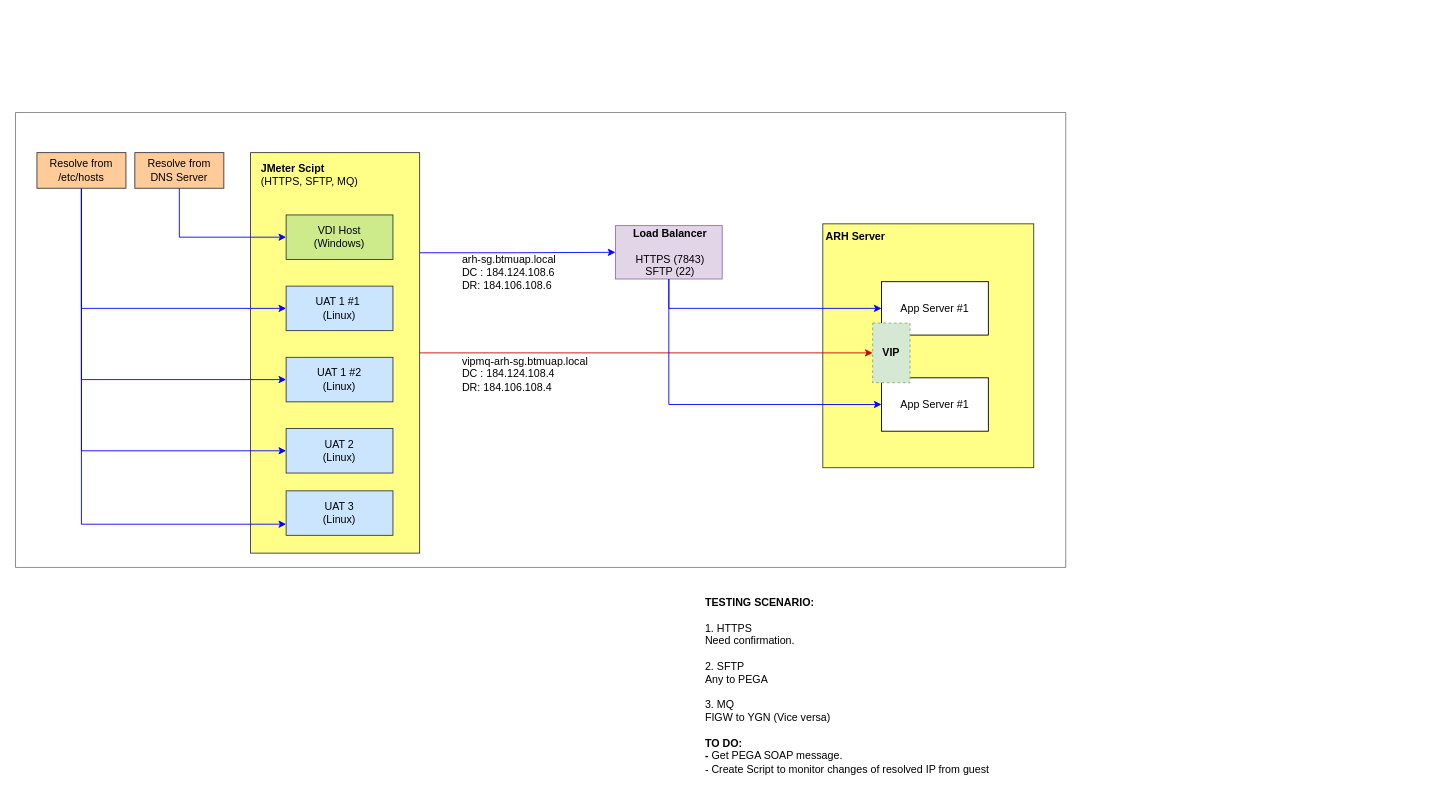
Before: Resiliance Test.drawio in m-arson/anko, a draw.io diagram. Source tidied: cells renumbered, new cells numbered last; positions are measured from the earlier drawing's top-left corner, leaving out a move shared by most shapes. Both pictures are drawn from the tidied source at 89%, with x=0, y=0 at pixel (15, 112).
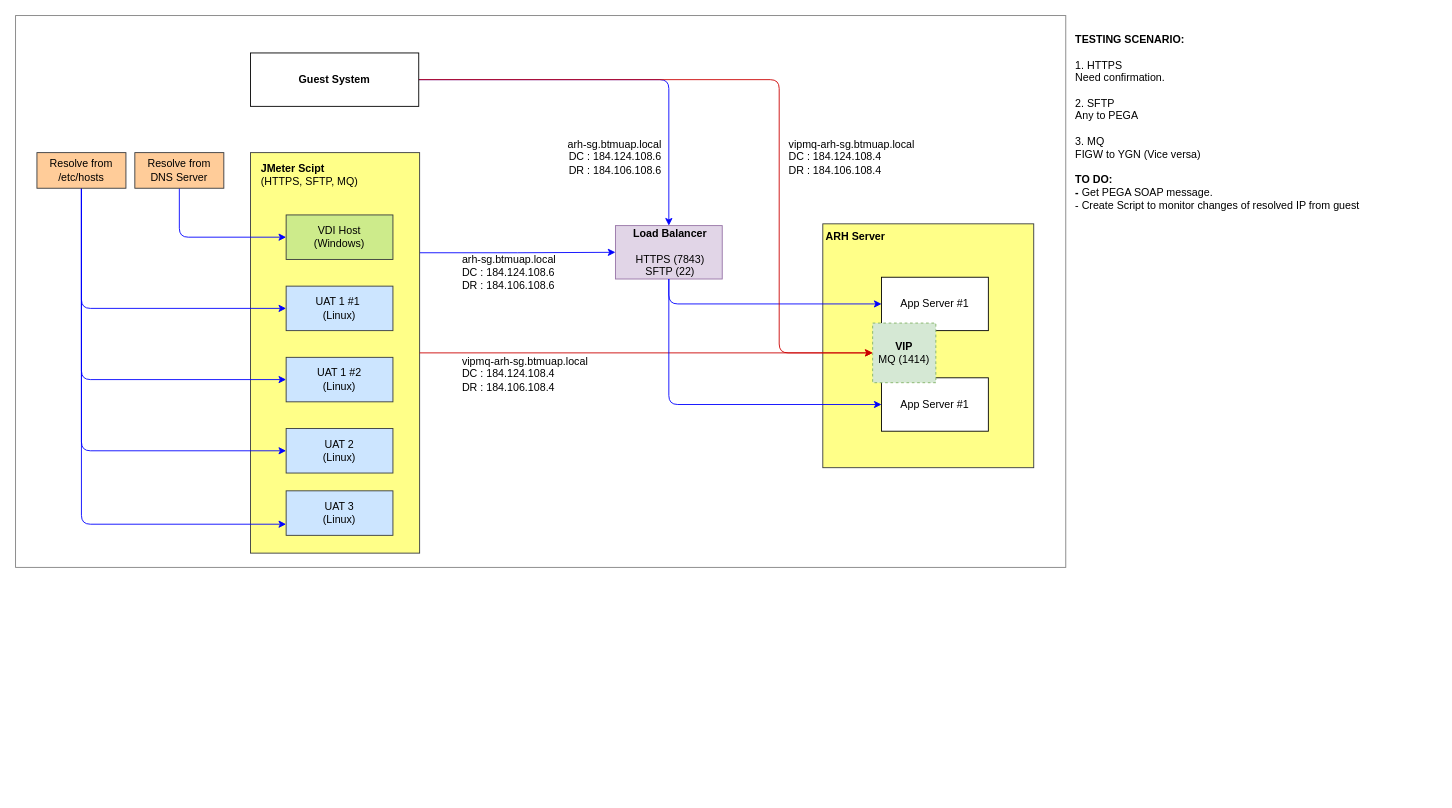
Above is the later version.

The change refers to these unchanged cells:
```xml
<mxCell id="5" value="VDI Host&lt;div&gt;(Windows&lt;span style=&quot;background-color: transparent; color: light-dark(rgb(0, 0, 0), rgb(255, 255, 255));&quot;&gt;)&lt;/span&gt;&lt;/div&gt;" style="rounded=0;whiteSpace=wrap;html=1;fillColor=#cdeb8b;strokeColor=#36393d;" parent="1" vertex="1">
  <mxGeometry x="304" y="115" width="120" height="50" as="geometry" />
</mxCell>
<mxCell id="6" value="UAT 1 #1&amp;nbsp;&lt;div&gt;(&lt;span style=&quot;background-color: transparent; color: light-dark(rgb(0, 0, 0), rgb(255, 255, 255));&quot;&gt;Linux)&lt;/span&gt;&lt;/div&gt;" style="rounded=0;whiteSpace=wrap;html=1;fillColor=#cce5ff;strokeColor=#36393d;" parent="1" vertex="1">
  <mxGeometry x="304" y="195" width="120" height="50" as="geometry" />
</mxCell>
<mxCell id="7" value="UAT 1 #2&lt;div&gt;(Linux)&lt;/div&gt;" style="rounded=0;whiteSpace=wrap;html=1;fillColor=#cce5ff;strokeColor=#36393d;" parent="1" vertex="1">
  <mxGeometry x="304" y="275" width="120" height="50" as="geometry" />
</mxCell>
<mxCell id="8" value="UAT 2&lt;div&gt;(Linux)&lt;/div&gt;" style="rounded=0;whiteSpace=wrap;html=1;fillColor=#cce5ff;strokeColor=#36393d;" parent="1" vertex="1">
  <mxGeometry x="304" y="355" width="120" height="50" as="geometry" />
</mxCell>
<mxCell id="9" value="UAT 3&lt;div&gt;(Linux)&lt;/div&gt;" style="rounded=0;whiteSpace=wrap;html=1;fillColor=#cce5ff;strokeColor=#36393d;" parent="1" vertex="1">
  <mxGeometry x="304" y="425" width="120" height="50" as="geometry" />
</mxCell>
<mxCell id="12" value="&lt;div&gt;Resolve from&lt;/div&gt;DNS Server" style="rounded=0;whiteSpace=wrap;html=1;fillColor=#ffcc99;strokeColor=#36393d;" parent="1" vertex="1">
  <mxGeometry x="134" y="45" width="100" height="40" as="geometry" />
</mxCell>
<mxCell id="17" value="Resolve from /etc/hosts" style="rounded=0;whiteSpace=wrap;html=1;fillColor=#ffcc99;strokeColor=#36393d;" parent="1" vertex="1">
  <mxGeometry x="24" y="45" width="100" height="40" as="geometry" />
</mxCell>
<mxCell id="18" value="&lt;b&gt;&amp;nbsp;Load Balancer&lt;/b&gt;&lt;div&gt;&lt;b&gt;&lt;br&gt;&lt;/b&gt;&lt;div&gt;&lt;div&gt;&amp;nbsp;HTTPS (7843)&lt;/div&gt;&lt;div&gt;&amp;nbsp;SFTP (22&lt;span style=&quot;background-color: transparent; color: light-dark(rgb(0, 0, 0), rgb(255, 255, 255));&quot;&gt;)&lt;/span&gt;&lt;/div&gt;&lt;/div&gt;&lt;/div&gt;" style="rounded=0;whiteSpace=wrap;html=1;align=center;fillColor=#e1d5e7;strokeColor=#9673a6;" parent="1" vertex="1">
  <mxGeometry x="674" y="127" width="120" height="60" as="geometry" />
</mxCell>
<mxCell id="22" value="App Server #1" style="rounded=0;whiteSpace=wrap;html=1;" parent="1" vertex="1">
  <mxGeometry x="973" y="298" width="120" height="60" as="geometry" />
</mxCell>
```

Change to the diagram source:
```diff
@@
     <mxCell id="2" style="rounded=0;whiteSpace=wrap;html=1;strokeColor=#808080;" parent="1" vertex="1">
-      <mxGeometry width="1180" height="511" as="geometry" />
+      <mxGeometry y="-109" width="1180" height="620" as="geometry" />
     </mxCell>
@@
-    <mxCell id="11" style="edgeStyle=orthogonalEdgeStyle;rounded=0;jettySize=auto;html=1;entryX=0;entryY=0.5;entryDx=0;entryDy=0;exitX=0.5;exitY=1;exitDx=0;exitDy=0;strokeColor=#0000FF;" parent="1" edge="1" source="12" target="5">
+    <mxCell id="11" style="edgeStyle=orthogonalEdgeStyle;rounded=1;jettySize=auto;html=1;entryX=0;entryY=0.5;entryDx=0;entryDy=0;exitX=0.5;exitY=1;exitDx=0;exitDy=0;strokeColor=#0000FF;curved=0;" parent="1" edge="1" source="12" target="5">
       <mxGeometry relative="1" as="geometry" />
     </mxCell>
@@
-    <mxCell id="13" style="edgeStyle=orthogonalEdgeStyle;rounded=0;jettySize=auto;html=1;exitX=0.5;exitY=1;exitDx=0;exitDy=0;entryX=0;entryY=0.75;entryDx=0;entryDy=0;strokeColor=#0000FF;" parent="1" edge="1" source="17" target="9">
+    <mxCell id="13" style="edgeStyle=orthogonalEdgeStyle;rounded=1;jettySize=auto;html=1;exitX=0.5;exitY=1;exitDx=0;exitDy=0;entryX=0;entryY=0.75;entryDx=0;entryDy=0;strokeColor=#0000FF;curved=0;" parent="1" edge="1" source="17" target="9">
       <mxGeometry relative="1" as="geometry" />
     </mxCell>
-    <mxCell id="14" style="edgeStyle=orthogonalEdgeStyle;rounded=0;jettySize=auto;html=1;exitX=0.5;exitY=1;exitDx=0;exitDy=0;entryX=0;entryY=0.5;entryDx=0;entryDy=0;strokeColor=#0000FF;" parent="1" edge="1" source="17" target="6">
+    <mxCell id="14" style="edgeStyle=orthogonalEdgeStyle;rounded=1;jettySize=auto;html=1;exitX=0.5;exitY=1;exitDx=0;exitDy=0;entryX=0;entryY=0.5;entryDx=0;entryDy=0;strokeColor=#0000FF;curved=0;" parent="1" edge="1" source="17" target="6">
       <mxGeometry relative="1" as="geometry" />
     </mxCell>
-    <mxCell id="15" style="edgeStyle=orthogonalEdgeStyle;rounded=0;jettySize=auto;html=1;exitX=0.5;exitY=1;exitDx=0;exitDy=0;entryX=0;entryY=0.5;entryDx=0;entryDy=0;strokeColor=#0000FF;" parent="1" edge="1" source="17" target="7">
+    <mxCell id="15" style="edgeStyle=orthogonalEdgeStyle;rounded=1;jettySize=auto;html=1;exitX=0.5;exitY=1;exitDx=0;exitDy=0;entryX=0;entryY=0.5;entryDx=0;entryDy=0;strokeColor=#0000FF;curved=0;" parent="1" edge="1" source="17" target="7">
       <mxGeometry relative="1" as="geometry" />
     </mxCell>
-    <mxCell id="16" style="edgeStyle=orthogonalEdgeStyle;rounded=0;jettySize=auto;html=1;exitX=0.5;exitY=1;exitDx=0;exitDy=0;entryX=0;entryY=0.5;entryDx=0;entryDy=0;strokeColor=#0000FF;" parent="1" edge="1" source="17" target="8">
+    <mxCell id="16" style="edgeStyle=orthogonalEdgeStyle;rounded=1;jettySize=auto;html=1;exitX=0.5;exitY=1;exitDx=0;exitDy=0;entryX=0;entryY=0.5;entryDx=0;entryDy=0;strokeColor=#0000FF;curved=0;" parent="1" edge="1" source="17" target="8">
       <mxGeometry relative="1" as="geometry" />
     </mxCell>
@@
-    <mxCell id="19" value="arh-sg.btmuap.local&lt;br&gt;DC : 184.124.108.6&lt;br&gt;DR: 184.106.108.6" style="text;html=1;align=left;verticalAlign=middle;whiteSpace=wrap;rounded=0;" parent="1" vertex="1">
+    <mxCell id="19" value="arh-sg.btmuap.local&lt;br&gt;DC : 184.124.108.6&lt;br&gt;DR : 184.106.108.6" style="text;html=1;align=left;verticalAlign=middle;whiteSpace=wrap;rounded=0;" parent="1" vertex="1">
       <mxGeometry x="499.5" y="165" width="142" height="30" as="geometry" />
     </mxCell>
@@
     <mxCell id="21" value="App Server #1" style="rounded=0;whiteSpace=wrap;html=1;" parent="1" vertex="1">
-      <mxGeometry x="973" y="190" width="120" height="60" as="geometry" />
+      <mxGeometry x="973" y="185" width="120" height="60" as="geometry" />
     </mxCell>
@@
-    <mxCell id="23" value="&lt;b&gt;VIP&lt;/b&gt;" style="rounded=0;whiteSpace=wrap;html=1;dashed=1;fillColor=#d5e8d4;strokeColor=#82b366;" parent="1" vertex="1">
-      <mxGeometry x="963" y="236.5" width="42" height="67" as="geometry" />
+    <mxCell id="23" value="&lt;b&gt;VIP&lt;/b&gt;&lt;div&gt;MQ (1414)&lt;/div&gt;" style="rounded=0;whiteSpace=wrap;html=1;dashed=1;fillColor=#d5e8d4;strokeColor=#82b366;" parent="1" vertex="1">
+      <mxGeometry x="963" y="236.5" width="71" height="67" as="geometry" />
     </mxCell>
@@
-    <mxCell id="25" style="edgeStyle=orthogonalEdgeStyle;rounded=0;jettySize=auto;html=1;entryX=0;entryY=0.5;entryDx=0;entryDy=0;exitX=0.5;exitY=1;exitDx=0;exitDy=0;strokeColor=#0000FF;" parent="1" edge="1" source="18" target="21">
+    <mxCell id="25" style="edgeStyle=orthogonalEdgeStyle;rounded=1;jettySize=auto;html=1;entryX=0;entryY=0.5;entryDx=0;entryDy=0;exitX=0.5;exitY=1;exitDx=0;exitDy=0;strokeColor=#0000FF;curved=0;" parent="1" edge="1" source="18" target="21">
       <mxGeometry relative="1" as="geometry" />
     </mxCell>
-    <mxCell id="26" style="edgeStyle=orthogonalEdgeStyle;rounded=0;jettySize=auto;html=1;exitX=0.5;exitY=1;exitDx=0;exitDy=0;entryX=0;entryY=0.5;entryDx=0;entryDy=0;strokeColor=#0000FF;" parent="1" edge="1" source="18" target="22">
+    <mxCell id="26" style="edgeStyle=orthogonalEdgeStyle;rounded=1;jettySize=auto;html=1;exitX=0.5;exitY=1;exitDx=0;exitDy=0;entryX=0;entryY=0.5;entryDx=0;entryDy=0;strokeColor=#0000FF;curved=0;" parent="1" edge="1" source="18" target="22">
       <mxGeometry relative="1" as="geometry" />
     </mxCell>
-    <mxCell id="27" value="vipmq-arh-sg.btmuap.local&lt;br&gt;DC : 184.124.108.4&lt;br&gt;DR: 184.106.108.4" style="text;html=1;align=left;verticalAlign=middle;whiteSpace=wrap;rounded=0;" parent="1" vertex="1">
+    <mxCell id="27" value="vipmq-arh-sg.btmuap.local&lt;br&gt;DC : 184.124.108.4&lt;br&gt;DR : 184.106.108.4" style="text;html=1;align=left;verticalAlign=middle;whiteSpace=wrap;rounded=0;" parent="1" vertex="1">
       <mxGeometry x="499.5" y="279" width="155" height="30" as="geometry" />
     </mxCell>
@@
     <mxCell id="29" value="&lt;b&gt;TESTING SCENARIO:&lt;/b&gt;&lt;div&gt;&lt;br&gt;&lt;/div&gt;&lt;div&gt;1. HTTPS&lt;/div&gt;&lt;div&gt;Need confirmation.&lt;/div&gt;&lt;div&gt;&lt;br&gt;&lt;/div&gt;&lt;div&gt;2. SFTP&lt;/div&gt;&lt;div&gt;Any to PEGA&lt;/div&gt;&lt;div&gt;&lt;br&gt;&lt;/div&gt;&lt;div&gt;3. MQ&lt;br&gt;&lt;div&gt;FIGW to YGN (Vice versa)&lt;/div&gt;&lt;div&gt;&lt;b&gt;&lt;br&gt;&lt;/b&gt;&lt;/div&gt;&lt;div&gt;&lt;b&gt;TO DO:&lt;/b&gt;&lt;/div&gt;&lt;/div&gt;&lt;div&gt;&lt;b&gt;- &lt;/b&gt;Get PEGA SOAP message.&lt;/div&gt;&lt;div&gt;- Create Script to monitor changes of resolved IP from guest&lt;/div&gt;" style="text;html=1;align=left;verticalAlign=middle;whiteSpace=wrap;rounded=0;" parent="1" vertex="1">
-      <mxGeometry x="773" y="524" width="407" height="240" as="geometry" />
+      <mxGeometry x="1189" y="-109" width="407" height="240" as="geometry" />
     </mxCell>
+    <mxCell id="30" style="edgeStyle=orthogonalEdgeStyle;rounded=1;jettySize=auto;html=1;exitX=1;exitY=0.5;exitDx=0;exitDy=0;entryX=0.5;entryY=0;entryDx=0;entryDy=0;strokeColor=#0000FF;curved=0;" parent="1" edge="1" source="32" target="18">
+      <mxGeometry relative="1" as="geometry" />
+    </mxCell>
+    <mxCell id="31" style="edgeStyle=orthogonalEdgeStyle;rounded=1;jettySize=auto;html=1;exitX=1;exitY=0.5;exitDx=0;exitDy=0;strokeColor=#CC0000;curved=0;" parent="1" edge="1" source="32" target="23">
+      <mxGeometry relative="1" as="geometry">
+        <Array as="points">
+          <mxPoint x="858" y="-37" />
+          <mxPoint x="858" y="270" />
+        </Array>
+      </mxGeometry>
+    </mxCell>
+    <mxCell id="32" value="&lt;b&gt;Guest System&lt;/b&gt;" style="rounded=0;whiteSpace=wrap;html=1;" parent="1" vertex="1">
+      <mxGeometry x="264" y="-67" width="189" height="60" as="geometry" />
+    </mxCell>
+    <mxCell id="33" value="arh-sg.btmuap.local&lt;br&gt;DC : 184.124.108.6&lt;br&gt;DR : 184.106.108.6" style="text;html=1;align=right;verticalAlign=middle;whiteSpace=wrap;rounded=0;" parent="1" vertex="1">
+      <mxGeometry x="586" y="35" width="142" height="30" as="geometry" />
+    </mxCell>
+    <mxCell id="34" value="vipmq-arh-sg.btmuap.local&lt;br&gt;DC : 184.124.108.4&lt;br&gt;DR : 184.106.108.4" style="text;html=1;align=left;verticalAlign=middle;whiteSpace=wrap;rounded=0;" parent="1" vertex="1">
+      <mxGeometry x="866.5" y="35" width="155" height="30" as="geometry" />
+    </mxCell>
```
